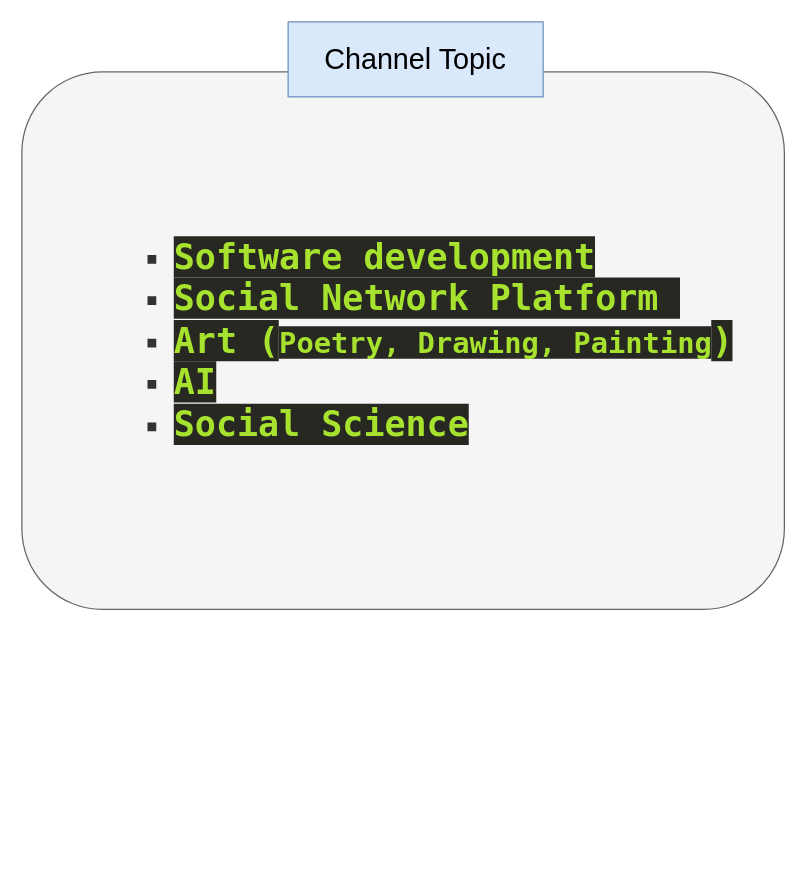
raminux/diagrams keeps this draw.io diagram as page "Channel Topic" (7 of 7) of Session 1.drawio. Above is the earlier version. Source tidied: cells renumbered, new cells numbered last; positions are measured from the earlier drawing's top-left corner, leaving out a move shared by most shapes. Both pictures are drawn from the tidied source at 125%, with x=0, y=0 at pixel (21, 21).
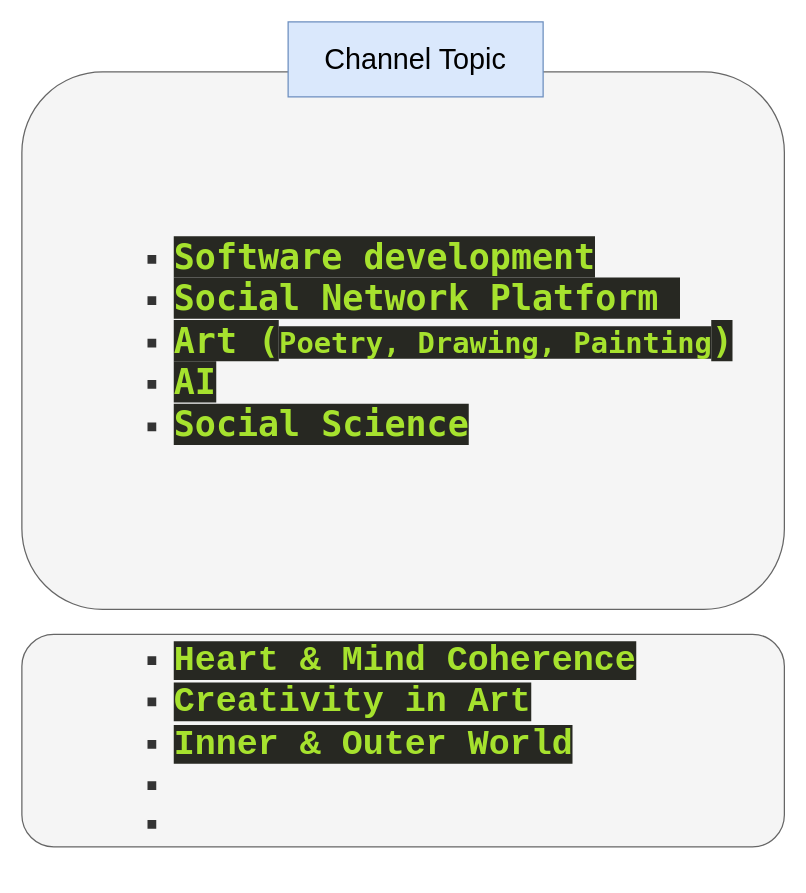
The same page after the edit.

The edit, as a diff of the source:
```diff
@@
 <mxGraphModel>
   <root>
     <mxCell id="0" />
     <mxCell id="1" parent="0" />
     <mxCell id="2" value="&lt;ul&gt;&lt;ul&gt;&lt;ul&gt;&lt;li&gt;&lt;span style=&quot;background-color: rgb(39, 40, 34); color: rgb(166, 226, 46); font-family: &amp;quot;Droid Sans Mono&amp;quot;, &amp;quot;monospace&amp;quot;, monospace; font-size: 28px; font-weight: bold;&quot;&gt;Software development&lt;/span&gt;&lt;br&gt;&lt;/li&gt;&lt;li&gt;&lt;span style=&quot;background-color: rgb(39, 40, 34); color: rgb(166, 226, 46); font-family: &amp;quot;Droid Sans Mono&amp;quot;, &amp;quot;monospace&amp;quot;, monospace; font-size: 28px; font-weight: bold;&quot;&gt;Social Network Platform&amp;nbsp;&lt;/span&gt;&lt;br&gt;&lt;/li&gt;&lt;li&gt;&lt;span style=&quot;background-color: rgb(39, 40, 34); color: rgb(166, 226, 46); font-family: &amp;quot;Droid Sans Mono&amp;quot;, &amp;quot;monospace&amp;quot;, monospace; font-size: 28px; font-weight: bold;&quot;&gt;Art (&lt;/span&gt;&lt;span style=&quot;background-color: rgb(39, 40, 34); color: rgb(166, 226, 46); font-family: &amp;quot;Droid Sans Mono&amp;quot;, &amp;quot;monospace&amp;quot;, monospace; font-weight: bold;&quot;&gt;&lt;font style=&quot;font-size: 23px;&quot;&gt;Poetry, Drawing, Painting&lt;/font&gt;&lt;/span&gt;&lt;span style=&quot;background-color: rgb(39, 40, 34); color: rgb(166, 226, 46); font-family: &amp;quot;Droid Sans Mono&amp;quot;, &amp;quot;monospace&amp;quot;, monospace; font-size: 28px; font-weight: bold;&quot;&gt;)&lt;/span&gt;&lt;br&gt;&lt;/li&gt;&lt;li&gt;&lt;span style=&quot;background-color: rgb(39, 40, 34); color: rgb(166, 226, 46); font-family: &amp;quot;Droid Sans Mono&amp;quot;, &amp;quot;monospace&amp;quot;, monospace; font-size: 28px; font-weight: bold;&quot;&gt;AI&lt;/span&gt;&lt;br&gt;&lt;/li&gt;&lt;li&gt;&lt;span style=&quot;background-color: rgb(39, 40, 34); color: rgb(166, 226, 46); font-family: &amp;quot;Droid Sans Mono&amp;quot;, &amp;quot;monospace&amp;quot;, monospace; font-size: 28px; font-weight: bold;&quot;&gt;Social Science&lt;/span&gt;&lt;br&gt;&lt;/li&gt;&lt;/ul&gt;&lt;/ul&gt;&lt;/ul&gt;" style="rounded=1;whiteSpace=wrap;html=1;fontSize=23;align=left;fillColor=#f5f5f5;fontColor=#333333;strokeColor=#666666;" parent="1" vertex="1">
       <mxGeometry y="40" width="610" height="430" as="geometry" />
     </mxCell>
     <mxCell id="3" value="Channel Topic" style="rounded=0;whiteSpace=wrap;html=1;fontSize=23;fillColor=#dae8fc;strokeColor=#6c8ebf;" parent="1" vertex="1">
       <mxGeometry x="213" width="204" height="60" as="geometry" />
     </mxCell>
+    <mxCell id="4" value="&lt;ul&gt;&lt;ul&gt;&lt;ul&gt;&lt;li&gt;&lt;font face=&quot;Droid Sans Mono, monospace, monospace&quot; color=&quot;#a6e22e&quot;&gt;&lt;span style=&quot;font-size: 28px; background-color: rgb(39, 40, 34);&quot;&gt;&lt;b&gt;Heart &amp;amp; Mind Coherence&lt;/b&gt;&lt;/span&gt;&lt;/font&gt;&lt;/li&gt;&lt;li&gt;&lt;font face=&quot;Droid Sans Mono, monospace, monospace&quot; color=&quot;#a6e22e&quot;&gt;&lt;span style=&quot;font-size: 28px; background-color: rgb(39, 40, 34);&quot;&gt;&lt;b&gt;Creativity in Art&lt;/b&gt;&lt;/span&gt;&lt;/font&gt;&lt;/li&gt;&lt;li&gt;&lt;font face=&quot;Droid Sans Mono, monospace, monospace&quot; color=&quot;#a6e22e&quot;&gt;&lt;span style=&quot;font-size: 28px; background-color: rgb(39, 40, 34);&quot;&gt;&lt;b&gt;Inner &amp;amp; Outer World&lt;/b&gt;&lt;/span&gt;&lt;/font&gt;&lt;/li&gt;&lt;li&gt;&lt;font face=&quot;Droid Sans Mono, monospace, monospace&quot; color=&quot;#a6e22e&quot;&gt;&lt;span style=&quot;font-size: 28px; background-color: rgb(39, 40, 34);&quot;&gt;&lt;b&gt;&lt;br&gt;&lt;/b&gt;&lt;/span&gt;&lt;/font&gt;&lt;/li&gt;&lt;li&gt;&lt;br&gt;&lt;/li&gt;&lt;/ul&gt;&lt;/ul&gt;&lt;/ul&gt;" style="rounded=1;whiteSpace=wrap;html=1;fontSize=23;align=left;fillColor=#f5f5f5;fontColor=#333333;strokeColor=#666666;" parent="1" vertex="1">
+      <mxGeometry y="490" width="610" height="170" as="geometry" />
+    </mxCell>
   </root>
 </mxGraphModel>
```
